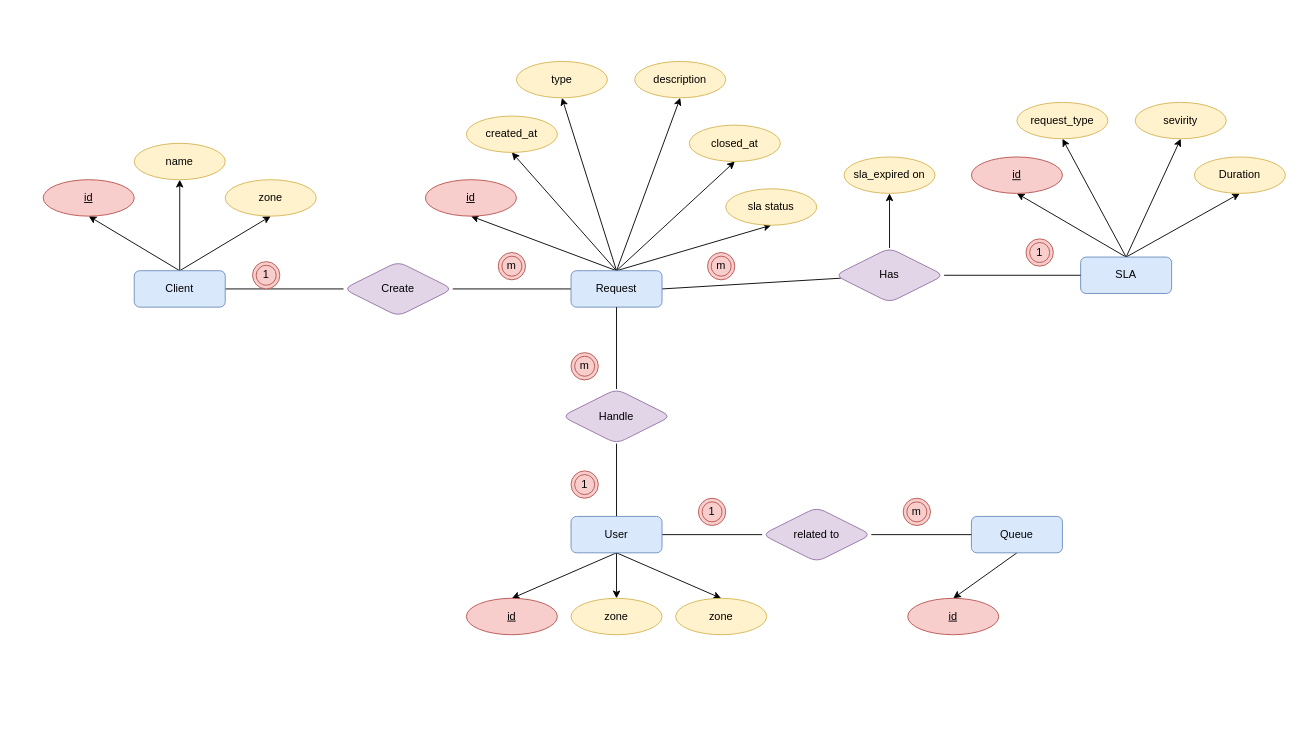
Before: 00-project-designs/Draw.Io/ERD System.drawio in AymanxMohamed/sla-system, a draw.io diagram. Source tidied: cells renumbered, new cells numbered last; positions are measured from the earlier drawing's top-left corner, leaving out a move shared by most shapes. Both pictures are drawn from the tidied source at 91%, with x=0, y=0 at pixel (43, 61).
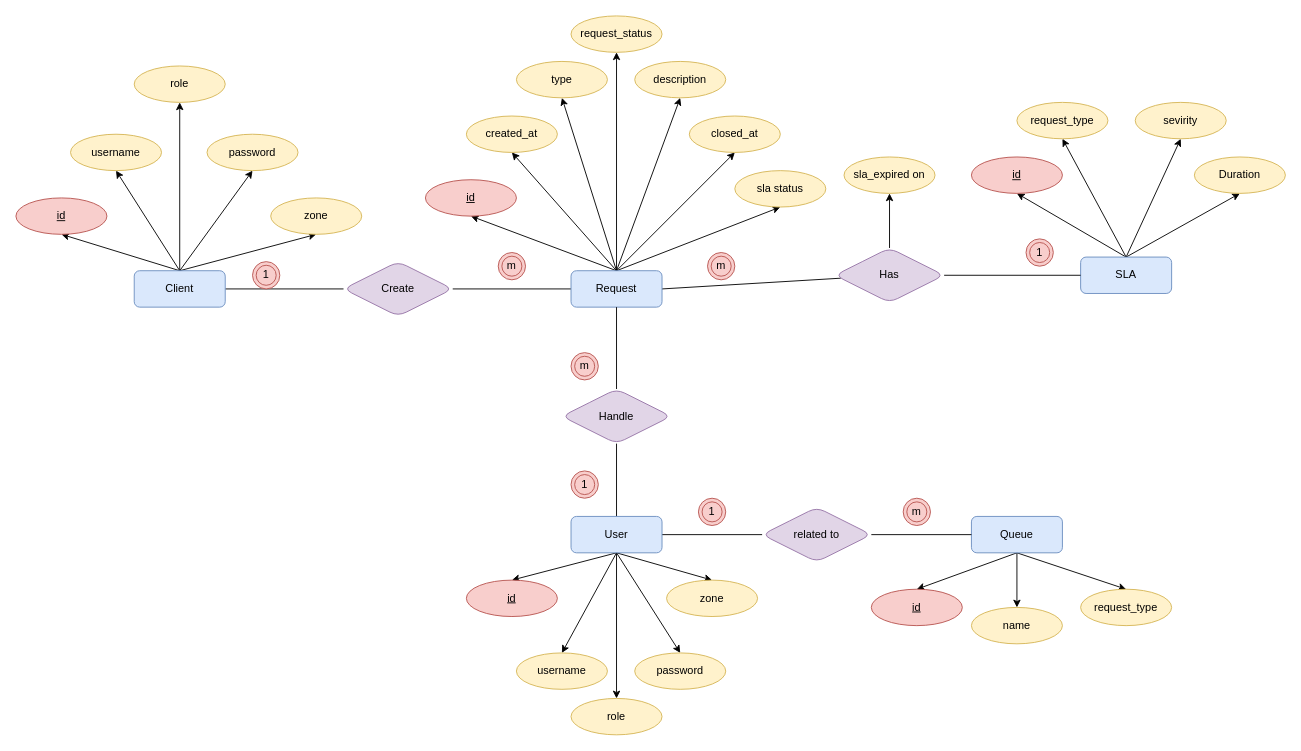
The same page after the edit.

The change refers to these unchanged cells:
```xml
<mxCell id="8" value="Client" style="whiteSpace=wrap;html=1;align=center;rounded=1;fillColor=#dae8fc;strokeColor=#6c8ebf;" parent="1" vertex="1">
  <mxGeometry x="100" y="230" width="100" height="40" as="geometry" />
</mxCell>
<mxCell id="14" value="User" style="whiteSpace=wrap;html=1;align=center;rounded=1;fillColor=#dae8fc;strokeColor=#6c8ebf;" parent="1" vertex="1">
  <mxGeometry x="580" y="500" width="100" height="40" as="geometry" />
</mxCell>
<mxCell id="22" value="Request" style="whiteSpace=wrap;html=1;align=center;rounded=1;fillColor=#dae8fc;strokeColor=#6c8ebf;" parent="1" vertex="1">
  <mxGeometry x="580" y="230" width="100" height="40" as="geometry" />
</mxCell>
<mxCell id="50" value="description" style="ellipse;whiteSpace=wrap;html=1;align=center;rounded=1;fillColor=#fff2cc;strokeColor=#d6b656;" parent="1" vertex="1">
  <mxGeometry x="650" width="100" height="40" as="geometry" />
</mxCell>
<mxCell id="57" value="Queue" style="whiteSpace=wrap;html=1;align=center;rounded=1;fillColor=#dae8fc;strokeColor=#6c8ebf;" parent="1" vertex="1">
  <mxGeometry x="1020" y="500" width="100" height="40" as="geometry" />
</mxCell>
```

Change to the diagram source:
```diff
@@
-    <mxCell id="6" style="edgeStyle=none;rounded=0;jettySize=auto;html=1;exitX=0.5;exitY=0;exitDx=0;exitDy=0;entryX=0.5;entryY=1;entryDx=0;entryDy=0;endArrow=classic;endFill=1;" parent="1" edge="1" source="8" target="51">
-      <mxGeometry relative="1" as="geometry" />
-    </mxCell>
@@
+    <mxCell id="63" style="edgeStyle=none;rounded=0;jettySize=auto;html=1;endArrow=classic;endFill=1;entryX=0.5;entryY=1;entryDx=0;entryDy=0;exitX=0.5;exitY=0;exitDx=0;exitDy=0;" parent="1" edge="1" source="8" target="74">
+      <mxGeometry relative="1" as="geometry" />
+    </mxCell>
+    <mxCell id="64" style="edgeStyle=none;rounded=0;jettySize=auto;html=1;exitX=0.5;exitY=0;exitDx=0;exitDy=0;entryX=0.5;entryY=1;entryDx=0;entryDy=0;endArrow=classic;endFill=1;" parent="1" edge="1" source="8" target="75">
+      <mxGeometry relative="1" as="geometry" />
+    </mxCell>
+    <mxCell id="65" style="edgeStyle=none;rounded=0;jettySize=auto;html=1;exitX=0.5;exitY=0;exitDx=0;exitDy=0;entryX=0.5;entryY=1;entryDx=0;entryDy=0;endArrow=classic;endFill=1;" parent="1" edge="1" source="8" target="76">
+      <mxGeometry relative="1" as="geometry" />
+    </mxCell>
@@
+    <mxCell id="66" style="edgeStyle=none;rounded=0;jettySize=auto;html=1;exitX=0.5;exitY=1;exitDx=0;exitDy=0;entryX=0.5;entryY=0;entryDx=0;entryDy=0;endArrow=classic;endFill=1;" parent="1" edge="1" source="14" target="72">
+      <mxGeometry relative="1" as="geometry" />
+    </mxCell>
+    <mxCell id="67" style="edgeStyle=none;rounded=0;jettySize=auto;html=1;exitX=0.5;exitY=1;exitDx=0;exitDy=0;entryX=0.5;entryY=0;entryDx=0;entryDy=0;endArrow=classic;endFill=1;" parent="1" edge="1" source="14" target="73">
+      <mxGeometry relative="1" as="geometry" />
+    </mxCell>
@@
+    <mxCell id="21" style="edgeStyle=none;rounded=0;jettySize=auto;html=1;exitX=0.5;exitY=0;exitDx=0;exitDy=0;entryX=0.5;entryY=1;entryDx=0;entryDy=0;endArrow=classic;endFill=1;" parent="1" edge="1" source="22" target="50">
+      <mxGeometry relative="1" as="geometry" />
+    </mxCell>
@@
-    <mxCell id="21" style="edgeStyle=none;rounded=0;jettySize=auto;html=1;exitX=0.5;exitY=0;exitDx=0;exitDy=0;entryX=0.5;entryY=1;entryDx=0;entryDy=0;endArrow=classic;endFill=1;" parent="1" edge="1" source="22" target="50">
-      <mxGeometry relative="1" as="geometry" />
-    </mxCell>
+    <mxCell id="68" style="edgeStyle=none;rounded=0;jettySize=auto;html=1;exitX=0.5;exitY=0;exitDx=0;exitDy=0;entryX=0.5;entryY=1;entryDx=0;entryDy=0;endArrow=classic;endFill=1;" parent="1" edge="1" source="22" target="77">
+      <mxGeometry relative="1" as="geometry" />
+    </mxCell>
@@
     <mxCell id="31" value="closed_at" style="ellipse;whiteSpace=wrap;html=1;align=center;rounded=1;fillColor=#fff2cc;strokeColor=#d6b656;" parent="1" vertex="1">
-      <mxGeometry x="710" y="70" width="100" height="40" as="geometry" />
+      <mxGeometry x="710" y="60" width="100" height="40" as="geometry" />
     </mxCell>
@@
     <mxCell id="47" value="id" style="ellipse;whiteSpace=wrap;html=1;align=center;fontStyle=4;rounded=1;fillColor=#f8cecc;strokeColor=#b85450;" parent="1" vertex="1">
-      <mxGeometry y="130" width="100" height="40" as="geometry" />
+      <mxGeometry x="-30" y="150" width="100" height="40" as="geometry" />
     </mxCell>
@@
-    <mxCell id="49" value="sla status" style="ellipse;whiteSpace=wrap;html=1;align=center;rounded=1;fillColor=#fff2cc;strokeColor=#d6b656;" parent="1" vertex="1">
-      <mxGeometry x="750" y="140" width="100" height="40" as="geometry" />
-    </mxCell>
@@
-    <mxCell id="51" value="name" style="ellipse;whiteSpace=wrap;html=1;align=center;rounded=1;fillColor=#fff2cc;strokeColor=#d6b656;" parent="1" vertex="1">
-      <mxGeometry x="100" y="90" width="100" height="40" as="geometry" />
-    </mxCell>
     <mxCell id="52" value="zone" style="ellipse;whiteSpace=wrap;html=1;align=center;rounded=1;fillColor=#fff2cc;strokeColor=#d6b656;" parent="1" vertex="1">
-      <mxGeometry x="200" y="130" width="100" height="40" as="geometry" />
+      <mxGeometry x="250" y="150" width="100" height="40" as="geometry" />
     </mxCell>
     <mxCell id="53" value="id" style="ellipse;whiteSpace=wrap;html=1;align=center;fontStyle=4;rounded=1;fillColor=#f8cecc;strokeColor=#b85450;" parent="1" vertex="1">
-      <mxGeometry x="465" y="590" width="100" height="40" as="geometry" />
+      <mxGeometry x="465" y="570" width="100" height="40" as="geometry" />
     </mxCell>
-    <mxCell id="54" value="zone" style="ellipse;whiteSpace=wrap;html=1;align=center;rounded=1;fillColor=#fff2cc;strokeColor=#d6b656;" parent="1" vertex="1">
-      <mxGeometry x="580" y="590" width="100" height="40" as="geometry" />
+    <mxCell id="54" value="username" style="ellipse;whiteSpace=wrap;html=1;align=center;rounded=1;fillColor=#fff2cc;strokeColor=#d6b656;" parent="1" vertex="1">
+      <mxGeometry x="520" y="650" width="100" height="40" as="geometry" />
     </mxCell>
     <mxCell id="55" value="zone" style="ellipse;whiteSpace=wrap;html=1;align=center;rounded=1;fillColor=#fff2cc;strokeColor=#d6b656;" parent="1" vertex="1">
-      <mxGeometry x="695" y="590" width="100" height="40" as="geometry" />
+      <mxGeometry x="685" y="570" width="100" height="40" as="geometry" />
     </mxCell>
@@
+    <mxCell id="69" style="edgeStyle=none;rounded=0;jettySize=auto;html=1;exitX=0.5;exitY=1;exitDx=0;exitDy=0;entryX=0.5;entryY=0;entryDx=0;entryDy=0;endArrow=classic;endFill=1;" parent="1" edge="1" source="57" target="51">
+      <mxGeometry relative="1" as="geometry" />
+    </mxCell>
+    <mxCell id="70" style="edgeStyle=none;rounded=0;jettySize=auto;html=1;exitX=0.5;exitY=1;exitDx=0;exitDy=0;entryX=0.5;entryY=0;entryDx=0;entryDy=0;endArrow=classic;endFill=1;" parent="1" edge="1" source="57" target="71">
+      <mxGeometry relative="1" as="geometry" />
+    </mxCell>
@@
     <mxCell id="58" value="id" style="ellipse;whiteSpace=wrap;html=1;align=center;fontStyle=4;rounded=1;fillColor=#f8cecc;strokeColor=#b85450;" parent="1" vertex="1">
-      <mxGeometry x="950" y="590" width="100" height="40" as="geometry" />
+      <mxGeometry x="910" y="580" width="100" height="40" as="geometry" />
     </mxCell>
@@
+    <mxCell id="51" value="name" style="ellipse;whiteSpace=wrap;html=1;align=center;rounded=1;fillColor=#fff2cc;strokeColor=#d6b656;" parent="1" vertex="1">
+      <mxGeometry x="1020" y="600" width="100" height="40" as="geometry" />
+    </mxCell>
+    <mxCell id="71" value="request_type" style="ellipse;whiteSpace=wrap;html=1;align=center;rounded=1;fillColor=#fff2cc;strokeColor=#d6b656;" parent="1" vertex="1">
+      <mxGeometry x="1140" y="580" width="100" height="40" as="geometry" />
+    </mxCell>
+    <mxCell id="72" value="password" style="ellipse;whiteSpace=wrap;html=1;align=center;rounded=1;fillColor=#fff2cc;strokeColor=#d6b656;" parent="1" vertex="1">
+      <mxGeometry x="650" y="650" width="100" height="40" as="geometry" />
+    </mxCell>
+    <mxCell id="73" value="role" style="ellipse;whiteSpace=wrap;html=1;align=center;rounded=1;fillColor=#fff2cc;strokeColor=#d6b656;" parent="1" vertex="1">
+      <mxGeometry x="580" y="700" width="100" height="40" as="geometry" />
+    </mxCell>
+    <mxCell id="74" value="username" style="ellipse;whiteSpace=wrap;html=1;align=center;rounded=1;fillColor=#fff2cc;strokeColor=#d6b656;" parent="1" vertex="1">
+      <mxGeometry x="30" y="80" width="100" height="40" as="geometry" />
+    </mxCell>
+    <mxCell id="75" value="password" style="ellipse;whiteSpace=wrap;html=1;align=center;rounded=1;fillColor=#fff2cc;strokeColor=#d6b656;" parent="1" vertex="1">
+      <mxGeometry x="180" y="80" width="100" height="40" as="geometry" />
+    </mxCell>
+    <mxCell id="76" value="role" style="ellipse;whiteSpace=wrap;html=1;align=center;rounded=1;fillColor=#fff2cc;strokeColor=#d6b656;" parent="1" vertex="1">
+      <mxGeometry x="100" y="5" width="100" height="40" as="geometry" />
+    </mxCell>
+    <mxCell id="49" value="sla status" style="ellipse;whiteSpace=wrap;html=1;align=center;rounded=1;fillColor=#fff2cc;strokeColor=#d6b656;" parent="1" vertex="1">
+      <mxGeometry x="760" y="120" width="100" height="40" as="geometry" />
+    </mxCell>
+    <mxCell id="77" value="request_status" style="ellipse;whiteSpace=wrap;html=1;align=center;rounded=1;fillColor=#fff2cc;strokeColor=#d6b656;" parent="1" vertex="1">
+      <mxGeometry x="580" y="-50" width="100" height="40" as="geometry" />
+    </mxCell>
```
